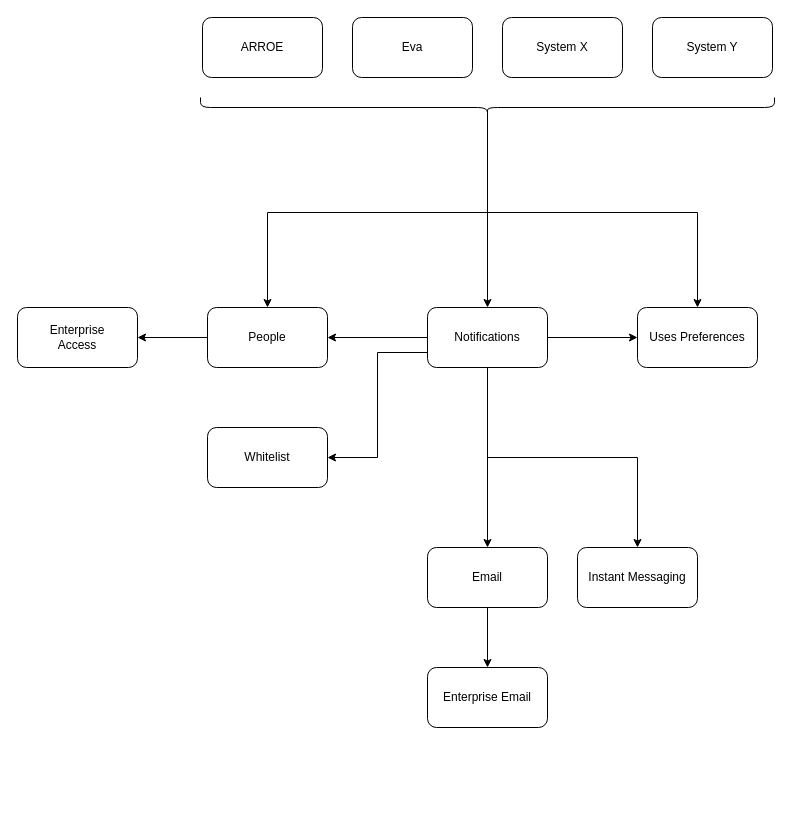
Above: Drawings/Microservices/Architecture/Microservices Architecture.drawio in RMSLowside/rmslow (draw.io), before the change. Source tidied: cells renumbered, new cells numbered last; positions are measured from the earlier drawing's top-left corner, leaving out a move shared by most shapes. Both pictures are drawn from the tidied source at 100%, with x=0, y=0 at pixel (17, 17).
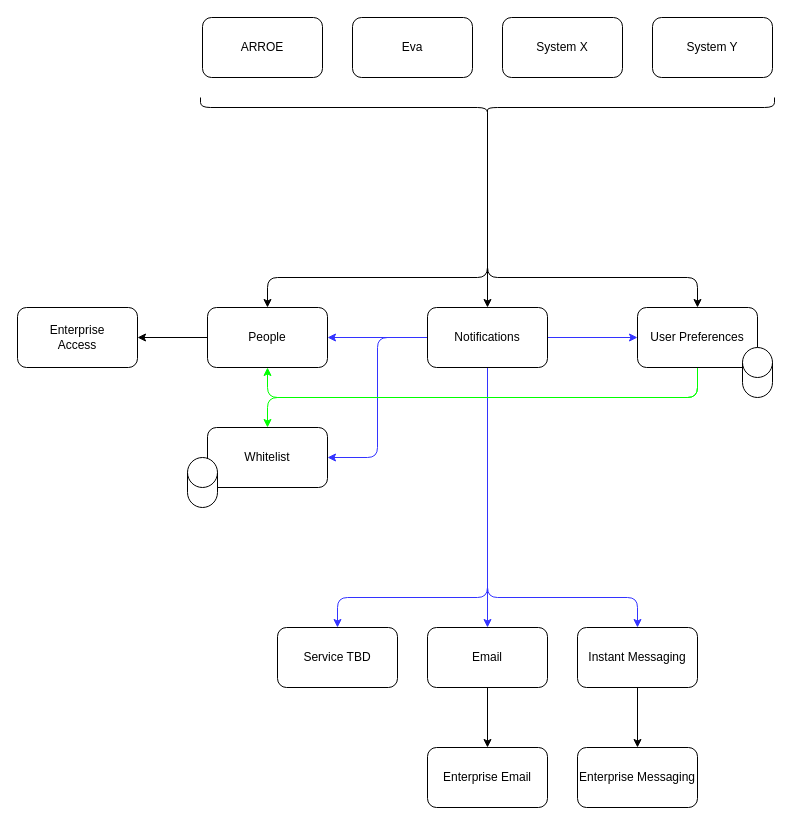
The same page after the edit.

The change refers to these unchanged cells:
```xml
<mxCell id="7" value="Notifications" style="rounded=1;whiteSpace=wrap;html=1;" parent="1" vertex="1">
  <mxGeometry x="410" y="290" width="120" height="60" as="geometry" />
</mxCell>
<mxCell id="11" value="People" style="rounded=1;whiteSpace=wrap;html=1;" parent="1" vertex="1">
  <mxGeometry x="190" y="290" width="120" height="60" as="geometry" />
</mxCell>
<mxCell id="12" value="Whitelist" style="rounded=1;whiteSpace=wrap;html=1;" parent="1" vertex="1">
  <mxGeometry x="190" y="410" width="120" height="60" as="geometry" />
</mxCell>
<mxCell id="23" style="shape=curlyBracket;whiteSpace=wrap;html=1;rounded=1;rotation=-180;direction=south;" parent="1" vertex="1">
  <mxGeometry x="183" y="80" width="574" height="20" as="geometry" />
</mxCell>
```

Diff of the diagram source:
```diff
@@
-    <mxCell id="2" style="edgeStyle=orthogonalEdgeStyle;rounded=0;jettySize=auto;html=1;exitX=0;exitY=0.5;exitDx=0;exitDy=0;entryX=1;entryY=0.5;entryDx=0;entryDy=0;" parent="1" edge="1" source="7" target="11">
+    <mxCell id="2" style="edgeStyle=orthogonalEdgeStyle;rounded=0;jettySize=auto;html=1;exitX=0;exitY=0.5;exitDx=0;exitDy=0;entryX=1;entryY=0.5;entryDx=0;entryDy=0;strokeColor=#3333FF;" parent="1" edge="1" source="7" target="11">
       <mxGeometry relative="1" as="geometry" />
     </mxCell>
-    <mxCell id="3" style="edgeStyle=orthogonalEdgeStyle;rounded=0;jettySize=auto;html=1;exitX=0.5;exitY=1;exitDx=0;exitDy=0;entryX=0.5;entryY=0;entryDx=0;entryDy=0;" parent="1" edge="1" source="7" target="9">
+    <mxCell id="3" style="edgeStyle=orthogonalEdgeStyle;rounded=0;jettySize=auto;html=1;exitX=0.5;exitY=1;exitDx=0;exitDy=0;entryX=0.5;entryY=0;entryDx=0;entryDy=0;strokeColor=#3333FF;" parent="1" edge="1" source="7" target="9">
       <mxGeometry relative="1" as="geometry" />
     </mxCell>
-    <mxCell id="4" style="edgeStyle=orthogonalEdgeStyle;rounded=0;jettySize=auto;html=1;exitX=1;exitY=0.5;exitDx=0;exitDy=0;entryX=0;entryY=0.5;entryDx=0;entryDy=0;" parent="1" edge="1" source="7" target="14">
+    <mxCell id="4" style="edgeStyle=orthogonalEdgeStyle;rounded=0;jettySize=auto;html=1;exitX=1;exitY=0.5;exitDx=0;exitDy=0;entryX=0;entryY=0.5;entryDx=0;entryDy=0;strokeColor=#3333FF;" parent="1" edge="1" source="7" target="14">
       <mxGeometry relative="1" as="geometry" />
     </mxCell>
-    <mxCell id="5" style="edgeStyle=orthogonalEdgeStyle;rounded=0;jettySize=auto;html=1;exitX=0;exitY=0.75;exitDx=0;exitDy=0;entryX=1;entryY=0.5;entryDx=0;entryDy=0;" parent="1" edge="1" source="7" target="12">
+    <mxCell id="5" style="edgeStyle=orthogonalEdgeStyle;rounded=1;jettySize=auto;html=1;exitX=0;exitY=0.5;exitDx=0;exitDy=0;entryX=1;entryY=0.5;entryDx=0;entryDy=0;strokeColor=#3333FF;" parent="1" edge="1" source="7" target="12">
       <mxGeometry relative="1" as="geometry" />
     </mxCell>
-    <mxCell id="6" style="edgeStyle=orthogonalEdgeStyle;rounded=0;jettySize=auto;html=1;exitX=0.5;exitY=1;exitDx=0;exitDy=0;entryX=0.5;entryY=0;entryDx=0;entryDy=0;" parent="1" edge="1" source="7" target="24">
-      <mxGeometry relative="1" as="geometry" />
+    <mxCell id="6" style="edgeStyle=orthogonalEdgeStyle;rounded=1;jettySize=auto;html=1;exitX=0.5;exitY=1;exitDx=0;exitDy=0;entryX=0.5;entryY=0;entryDx=0;entryDy=0;strokeColor=#3333FF;" parent="1" edge="1" source="7" target="24">
+      <mxGeometry relative="1" as="geometry">
+        <Array as="points">
+          <mxPoint x="470" y="580" />
+          <mxPoint x="620" y="580" />
+        </Array>
+      </mxGeometry>
     </mxCell>
+    <mxCell id="25" style="edgeStyle=orthogonalEdgeStyle;rounded=1;jettySize=auto;html=1;exitX=0.5;exitY=1;exitDx=0;exitDy=0;strokeColor=#3333FF;" parent="1" edge="1" source="7" target="30">
+      <mxGeometry relative="1" as="geometry">
+        <Array as="points">
+          <mxPoint x="470" y="580" />
+          <mxPoint x="320" y="580" />
+        </Array>
+      </mxGeometry>
+    </mxCell>
@@
     <mxCell id="9" value="Email" style="rounded=1;whiteSpace=wrap;html=1;" parent="1" vertex="1">
-      <mxGeometry x="410" y="530" width="120" height="60" as="geometry" />
+      <mxGeometry x="410" y="610" width="120" height="60" as="geometry" />
     </mxCell>
@@
+    <mxCell id="26" style="edgeStyle=orthogonalEdgeStyle;rounded=1;jettySize=auto;html=1;exitX=0.5;exitY=1;exitDx=0;exitDy=0;entryX=0.5;entryY=1;entryDx=0;entryDy=0;strokeColor=#00FF00;" parent="1" edge="1" source="14" target="11">
+      <mxGeometry relative="1" as="geometry">
+        <Array as="points">
+          <mxPoint x="680" y="380" />
+          <mxPoint x="250" y="380" />
+        </Array>
+      </mxGeometry>
+    </mxCell>
+    <mxCell id="27" style="edgeStyle=orthogonalEdgeStyle;rounded=1;jettySize=auto;html=1;exitX=0.5;exitY=1;exitDx=0;exitDy=0;entryX=0.5;entryY=0;entryDx=0;entryDy=0;strokeColor=#00FF00;" parent="1" edge="1" source="14" target="12">
+      <mxGeometry relative="1" as="geometry" />
+    </mxCell>
-    <mxCell id="14" value="Uses Preferences" style="rounded=1;whiteSpace=wrap;html=1;" parent="1" vertex="1">
+    <mxCell id="14" value="User Preferences" style="rounded=1;whiteSpace=wrap;html=1;" parent="1" vertex="1">
       <mxGeometry x="620" y="290" width="120" height="60" as="geometry" />
     </mxCell>
@@
     <mxCell id="16" value="Enterprise Email" style="rounded=1;whiteSpace=wrap;html=1;" parent="1" vertex="1">
-      <mxGeometry x="410" y="650" width="120" height="60" as="geometry" />
+      <mxGeometry x="410" y="730" width="120" height="60" as="geometry" />
     </mxCell>
@@
-    <mxCell id="21" style="edgeStyle=orthogonalEdgeStyle;rounded=0;jettySize=auto;html=1;entryX=0.5;entryY=0;entryDx=0;entryDy=0;exitX=0.1;exitY=0.5;exitDx=0;exitDy=0;exitPerimeter=0;" parent="1" edge="1" source="23" target="14">
-      <mxGeometry relative="1" as="geometry" />
+    <mxCell id="21" style="edgeStyle=orthogonalEdgeStyle;rounded=1;jettySize=auto;html=1;entryX=0.5;entryY=0;entryDx=0;entryDy=0;exitX=0.1;exitY=0.5;exitDx=0;exitDy=0;exitPerimeter=0;" parent="1" edge="1" source="23" target="14">
+      <mxGeometry relative="1" as="geometry">
+        <Array as="points">
+          <mxPoint x="470" y="260" />
+          <mxPoint x="680" y="260" />
+        </Array>
+      </mxGeometry>
     </mxCell>
-    <mxCell id="22" style="edgeStyle=orthogonalEdgeStyle;rounded=0;jettySize=auto;html=1;exitX=0.1;exitY=0.5;exitDx=0;exitDy=0;exitPerimeter=0;" parent="1" edge="1" source="23" target="11">
-      <mxGeometry relative="1" as="geometry" />
+    <mxCell id="22" style="edgeStyle=orthogonalEdgeStyle;rounded=1;jettySize=auto;html=1;exitX=0.1;exitY=0.5;exitDx=0;exitDy=0;exitPerimeter=0;" parent="1" edge="1" source="23" target="11">
+      <mxGeometry relative="1" as="geometry">
+        <Array as="points">
+          <mxPoint x="470" y="260" />
+          <mxPoint x="250" y="260" />
+        </Array>
+      </mxGeometry>
     </mxCell>
@@
+    <mxCell id="28" style="edgeStyle=orthogonalEdgeStyle;rounded=0;jettySize=auto;html=1;exitX=0.5;exitY=1;exitDx=0;exitDy=0;entryX=0.5;entryY=0;entryDx=0;entryDy=0;" parent="1" edge="1" source="24" target="29">
+      <mxGeometry relative="1" as="geometry" />
+    </mxCell>
     <mxCell id="24" value="Instant Messaging" style="rounded=1;whiteSpace=wrap;html=1;" parent="1" vertex="1">
-      <mxGeometry x="560" y="530" width="120" height="60" as="geometry" />
+      <mxGeometry x="560" y="610" width="120" height="60" as="geometry" />
     </mxCell>
+    <mxCell id="29" value="Enterprise Messaging" style="rounded=1;whiteSpace=wrap;html=1;" parent="1" vertex="1">
+      <mxGeometry x="560" y="730" width="120" height="60" as="geometry" />
+    </mxCell>
+    <mxCell id="30" value="Service TBD" style="rounded=1;whiteSpace=wrap;html=1;" parent="1" vertex="1">
+      <mxGeometry x="260" y="610" width="120" height="60" as="geometry" />
+    </mxCell>
+    <mxCell id="31" style="shape=cylinder3;whiteSpace=wrap;html=1;boundedLbl=1;backgroundOutline=1;size=15;" parent="1" vertex="1">
+      <mxGeometry x="170" y="440" width="30" height="50" as="geometry" />
+    </mxCell>
+    <mxCell id="32" style="shape=cylinder3;whiteSpace=wrap;html=1;boundedLbl=1;backgroundOutline=1;size=15;" parent="1" vertex="1">
+      <mxGeometry x="725" y="330" width="30" height="50" as="geometry" />
+    </mxCell>
```
